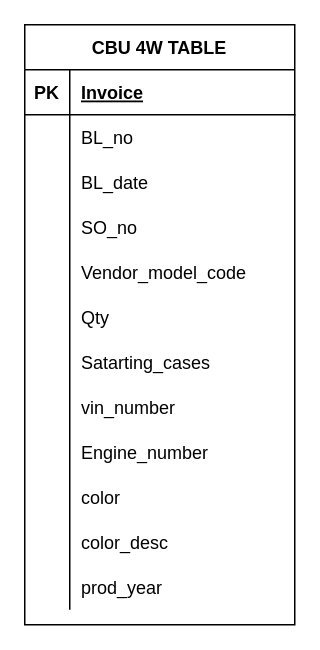
Before: CBU 4W Table.drawio in 1000pilar/import-system-ii, a draw.io diagram. Source tidied: cells renumbered, new cells numbered last; positions are measured from the earlier drawing's top-left corner, leaving out a move shared by most shapes. Both pictures are drawn from the tidied source at 150%, with x=0, y=0 at pixel (24, 24).
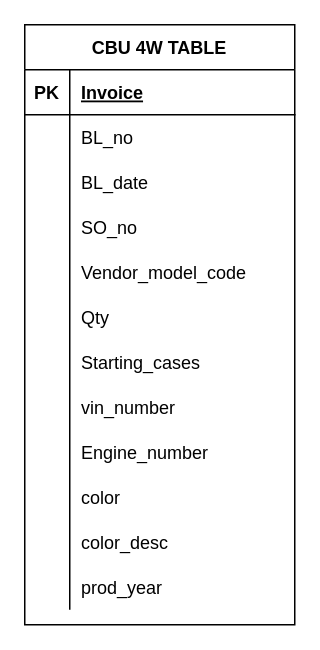
The same diagram, later.

Unchanged cells that the change refers to:
```xml
<mxCell id="21" style="shape=partialRectangle;fillColor=none;top=0;left=0;bottom=0;right=0;" parent="2" vertex="1">
  <mxGeometry y="210" width="180" height="30" as="geometry" />
</mxCell>
```

Diff of the diagram source:
```diff
@@
-    <mxCell id="23" value="Satarting_cases" style="shape=partialRectangle;fillColor=none;top=0;left=0;bottom=0;right=0;align=left;spacingLeft=6;overflow=hidden;" parent="21" vertex="1">
+    <mxCell id="23" value="Starting_cases" style="shape=partialRectangle;fillColor=none;top=0;left=0;bottom=0;right=0;align=left;spacingLeft=6;overflow=hidden;" parent="21" vertex="1">
       <mxGeometry x="30" width="150" height="30" as="geometry" />
     </mxCell>
```
